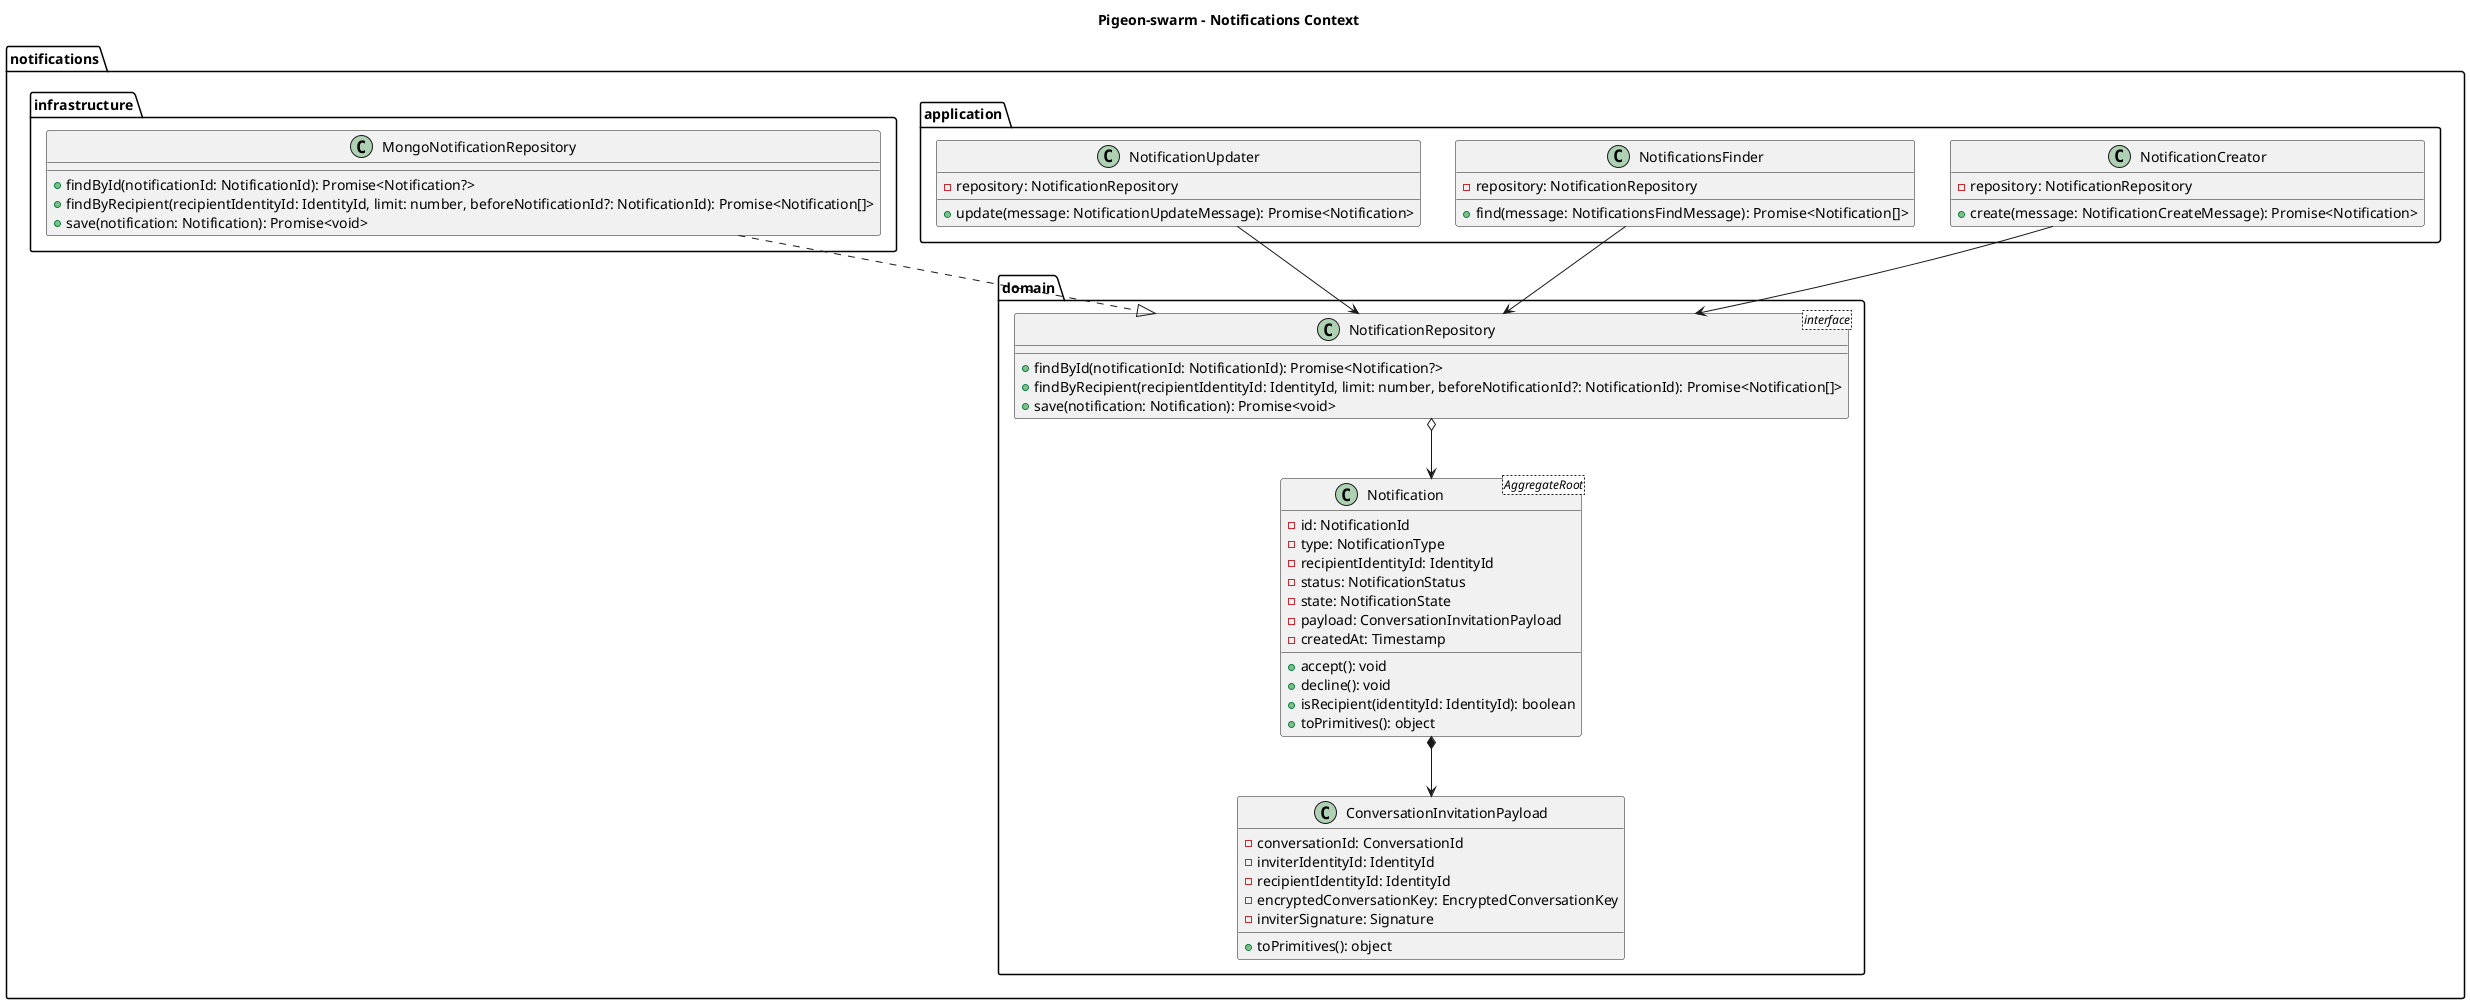
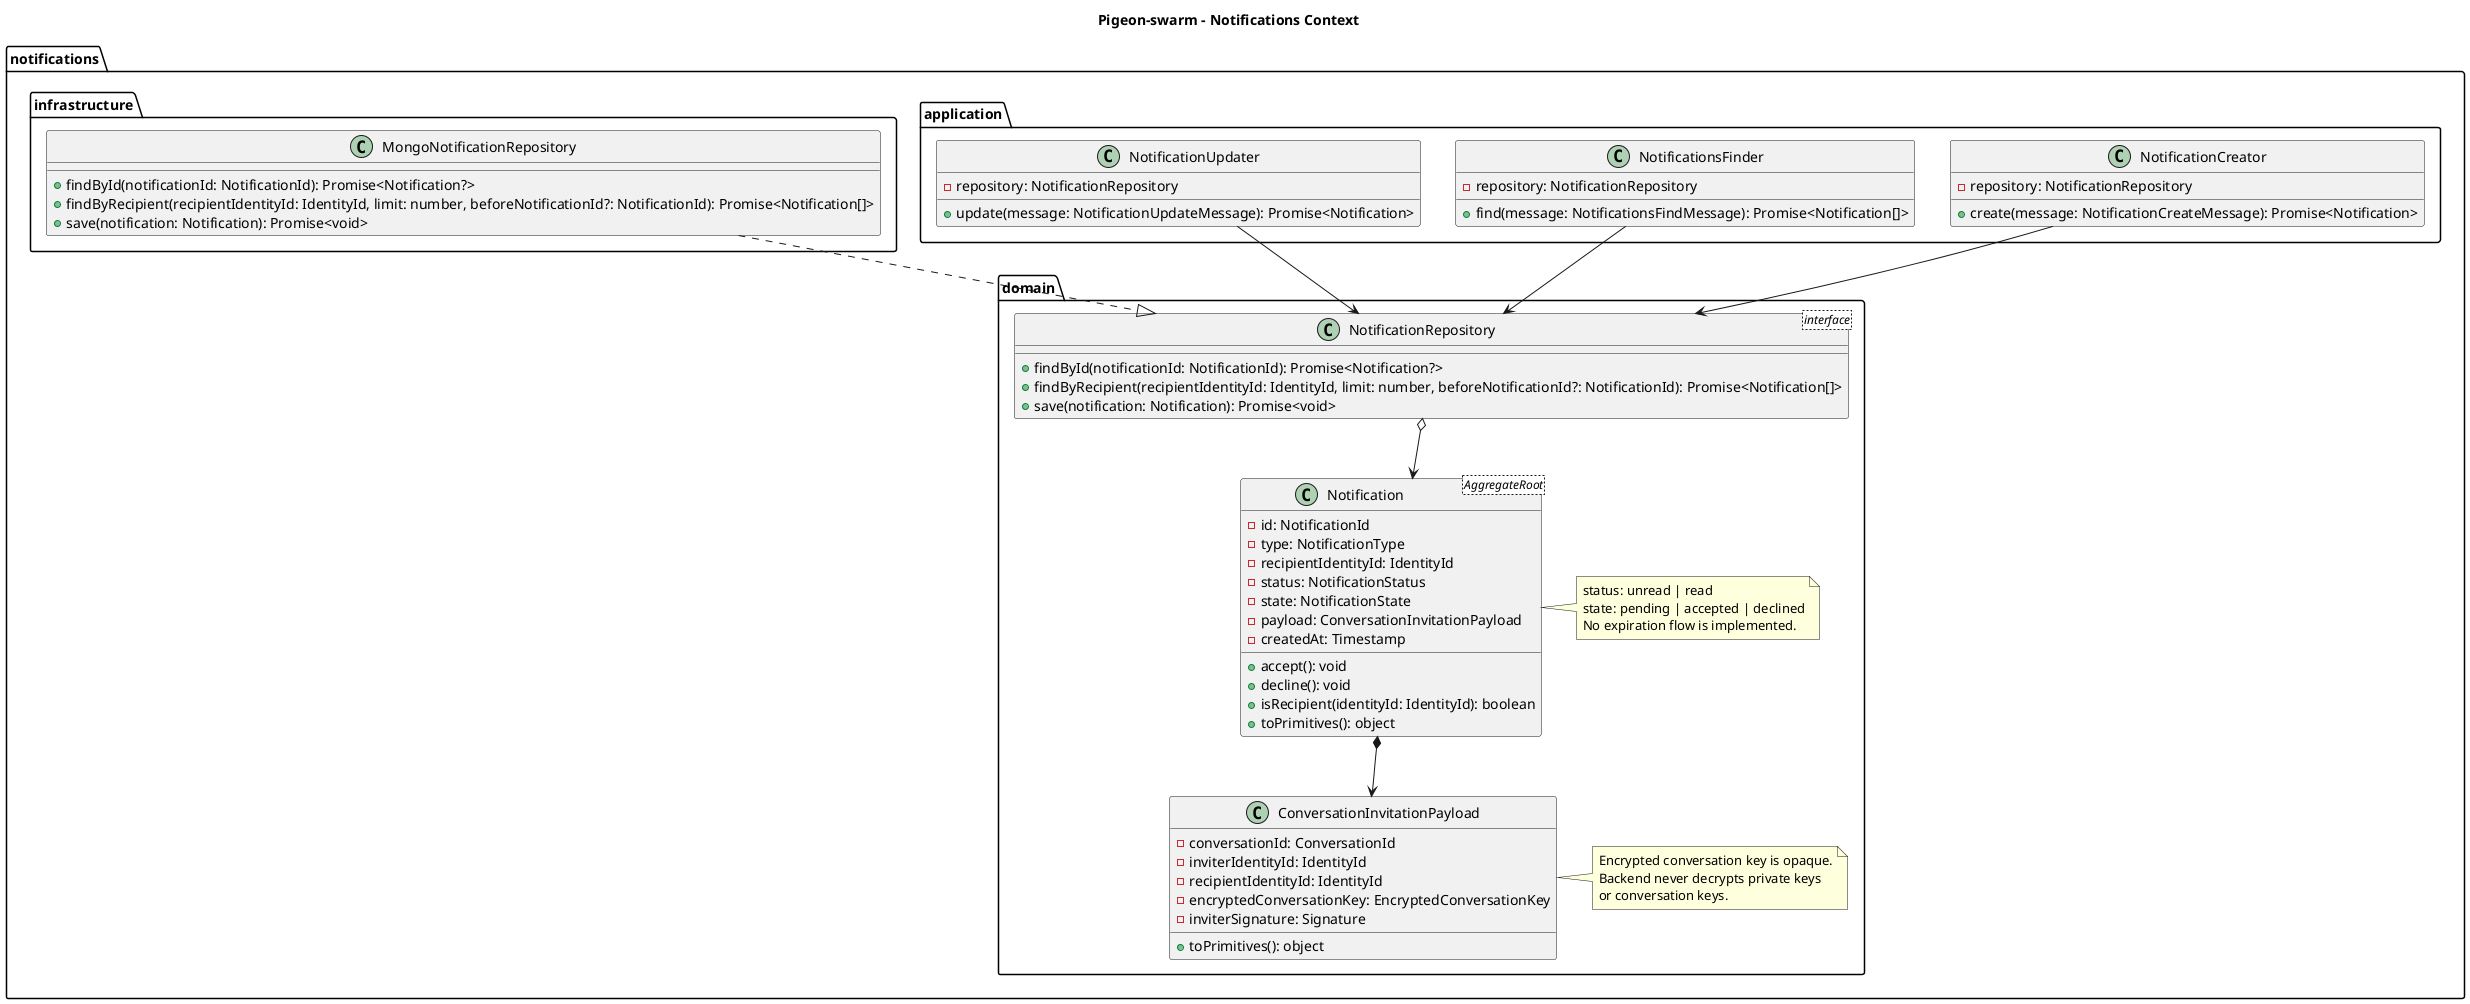
@startuml

title Pigeon-swarm - Notifications Context

package "notifications" {
  package "domain" {
    class Notification <AggregateRoot> {
      -id: NotificationId
      -type: NotificationType
      -recipientIdentityId: IdentityId
      -status: NotificationStatus
      -state: NotificationState
      -payload: ConversationInvitationPayload
      -createdAt: Timestamp
      +accept(): void
      +decline(): void
      +isRecipient(identityId: IdentityId): boolean
      +toPrimitives(): object
    }

+     note right of Notification
+       status: unread | read
+       state: pending | accepted | declined
+       No expiration flow is implemented.
+     end note
+ 
    class ConversationInvitationPayload {
      -conversationId: ConversationId
      -inviterIdentityId: IdentityId
      -recipientIdentityId: IdentityId
      -encryptedConversationKey: EncryptedConversationKey
      -inviterSignature: Signature
      +toPrimitives(): object
    }
+ 
+     note right of ConversationInvitationPayload
+       Encrypted conversation key is opaque.
+       Backend never decrypts private keys
+       or conversation keys.
+     end note

    class NotificationRepository <interface> {
      +findById(notificationId: NotificationId): Promise<Notification?>
      +findByRecipient(recipientIdentityId: IdentityId, limit: number, beforeNotificationId?: NotificationId): Promise<Notification[]>
      +save(notification: Notification): Promise<void>
    }

    Notification *--> ConversationInvitationPayload
    NotificationRepository o--> Notification
  }

  package "application" {
    class NotificationCreator {
      -repository: NotificationRepository
      +create(message: NotificationCreateMessage): Promise<Notification>
    }

    class NotificationsFinder {
      -repository: NotificationRepository
      +find(message: NotificationsFindMessage): Promise<Notification[]>
    }

    class NotificationUpdater {
      -repository: NotificationRepository
      +update(message: NotificationUpdateMessage): Promise<Notification>
    }

    NotificationCreator --> NotificationRepository
    NotificationsFinder --> NotificationRepository
    NotificationUpdater --> NotificationRepository
  }

  package "infrastructure" {
    class MongoNotificationRepository {
      +findById(notificationId: NotificationId): Promise<Notification?>
      +findByRecipient(recipientIdentityId: IdentityId, limit: number, beforeNotificationId?: NotificationId): Promise<Notification[]>
      +save(notification: Notification): Promise<void>
    }

    MongoNotificationRepository ..|> NotificationRepository
  }
}

@enduml
